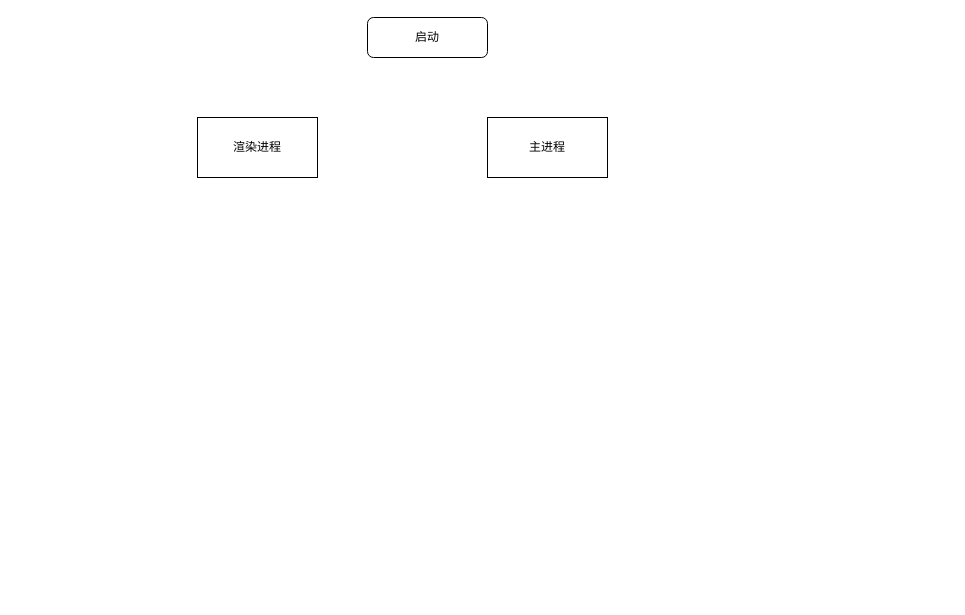
The draw.io diagram session.drawio in oppo-80343438/flowChart, before the edit. Source tidied: cells renumbered, new cells numbered last; positions are measured from the earlier drawing's top-left corner, leaving out a move shared by most shapes. Both pictures are drawn from the tidied source at 100%, with x=0, y=0 at pixel (197, 17).
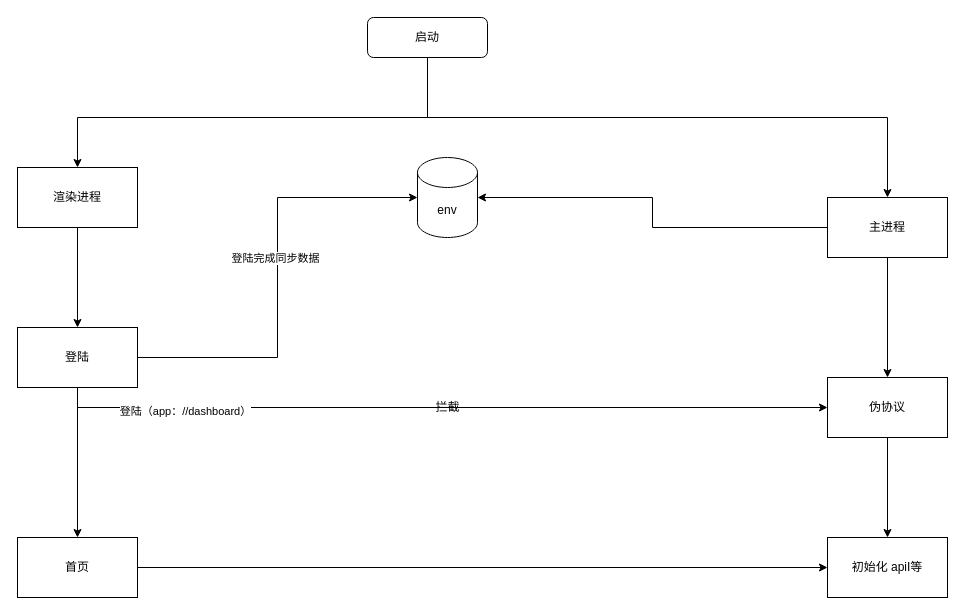
After the change.

The change refers to these unchanged cells:
```xml
<mxCell id="2" value="启动" style="rounded=1;whiteSpace=wrap;html=1;" parent="1" vertex="1">
  <mxGeometry x="170" width="120" height="40" as="geometry" />
</mxCell>
```

Diff of the diagram source:
```diff
@@
+    <mxCell id="5" style="edgeStyle=orthogonalEdgeStyle;rounded=0;jettySize=auto;html=1;entryX=0.5;entryY=0;entryDx=0;entryDy=0;" parent="1" edge="1" source="2" target="3">
+      <mxGeometry relative="1" as="geometry">
+        <Array as="points">
+          <mxPoint x="230" y="100" />
+        </Array>
+      </mxGeometry>
+    </mxCell>
+    <mxCell id="6" style="edgeStyle=orthogonalEdgeStyle;rounded=0;jettySize=auto;html=1;entryX=0.5;entryY=0;entryDx=0;entryDy=0;" parent="1" edge="1" source="2" target="4">
+      <mxGeometry relative="1" as="geometry">
+        <Array as="points">
+          <mxPoint x="230" y="100" />
+          <mxPoint x="690" y="100" />
+        </Array>
+      </mxGeometry>
+    </mxCell>
@@
+    <mxCell id="7" style="edgeStyle=orthogonalEdgeStyle;rounded=0;jettySize=auto;html=1;entryX=0.5;entryY=0;entryDx=0;entryDy=0;" parent="1" edge="1" source="3" target="15">
+      <mxGeometry relative="1" as="geometry" />
+    </mxCell>
     <mxCell id="3" value="渲染进程" style="rounded=0;whiteSpace=wrap;html=1;" parent="1" vertex="1">
-      <mxGeometry y="100" width="120" height="60" as="geometry" />
+      <mxGeometry x="-180" y="150" width="120" height="60" as="geometry" />
     </mxCell>
+    <mxCell id="8" style="edgeStyle=orthogonalEdgeStyle;rounded=0;jettySize=auto;html=1;entryX=1;entryY=0.5;entryDx=0;entryDy=0;entryPerimeter=0;" parent="1" edge="1" source="4" target="18">
+      <mxGeometry relative="1" as="geometry" />
+    </mxCell>
+    <mxCell id="9" style="edgeStyle=orthogonalEdgeStyle;rounded=0;jettySize=auto;html=1;" parent="1" edge="1" source="4" target="17">
+      <mxGeometry relative="1" as="geometry" />
+    </mxCell>
     <mxCell id="4" value="主进程" style="rounded=0;whiteSpace=wrap;html=1;" parent="1" vertex="1">
-      <mxGeometry x="290" y="100" width="120" height="60" as="geometry" />
+      <mxGeometry x="630" y="180" width="120" height="60" as="geometry" />
     </mxCell>
+    <mxCell id="10" style="edgeStyle=orthogonalEdgeStyle;rounded=0;jettySize=auto;html=1;exitX=0.5;exitY=1;exitDx=0;exitDy=0;" parent="1" edge="1" source="15" target="17">
+      <mxGeometry relative="1" as="geometry" />
+    </mxCell>
+    <mxCell id="11" value="登陆（app：//dashboard）" style="edgeLabel;html=1;align=center;verticalAlign=middle;" parent="10" vertex="1">
+      <mxGeometry x="-0.67" y="-3" relative="1" as="geometry" />
+    </mxCell>
+    <mxCell id="12" style="edgeStyle=orthogonalEdgeStyle;rounded=0;jettySize=auto;html=1;entryX=0;entryY=0.5;entryDx=0;entryDy=0;entryPerimeter=0;" parent="1" edge="1" source="15" target="18">
+      <mxGeometry relative="1" as="geometry" />
+    </mxCell>
+    <mxCell id="13" value="登陆完成同步数据" style="edgeLabel;html=1;align=center;verticalAlign=middle;" parent="12" vertex="1">
+      <mxGeometry x="0.09" y="3" relative="1" as="geometry" />
+    </mxCell>
+    <mxCell id="14" style="edgeStyle=orthogonalEdgeStyle;rounded=0;jettySize=auto;html=1;entryX=0.5;entryY=0;entryDx=0;entryDy=0;" parent="1" edge="1" source="15" target="21">
+      <mxGeometry relative="1" as="geometry" />
+    </mxCell>
+    <mxCell id="15" value="登陆" style="rounded=0;whiteSpace=wrap;html=1;" parent="1" vertex="1">
+      <mxGeometry x="-180" y="310" width="120" height="60" as="geometry" />
+    </mxCell>
+    <mxCell id="16" style="edgeStyle=orthogonalEdgeStyle;rounded=0;jettySize=auto;html=1;entryX=0.5;entryY=0;entryDx=0;entryDy=0;" parent="1" edge="1" source="17" target="19">
+      <mxGeometry relative="1" as="geometry" />
+    </mxCell>
+    <mxCell id="17" value="伪协议" style="rounded=0;whiteSpace=wrap;html=1;" parent="1" vertex="1">
+      <mxGeometry x="630" y="360" width="120" height="60" as="geometry" />
+    </mxCell>
+    <mxCell id="18" value="env" style="shape=cylinder3;whiteSpace=wrap;html=1;boundedLbl=1;backgroundOutline=1;size=15;" parent="1" vertex="1">
+      <mxGeometry x="220" y="140" width="60" height="80" as="geometry" />
+    </mxCell>
+    <mxCell id="19" value="初始化 apiI等" style="rounded=0;whiteSpace=wrap;html=1;" parent="1" vertex="1">
+      <mxGeometry x="630" y="520" width="120" height="60" as="geometry" />
+    </mxCell>
+    <mxCell id="20" style="edgeStyle=orthogonalEdgeStyle;rounded=0;jettySize=auto;html=1;entryX=0;entryY=0.5;entryDx=0;entryDy=0;" parent="1" edge="1" source="21" target="19">
+      <mxGeometry relative="1" as="geometry">
+        <Array as="points">
+          <mxPoint x="630" y="550" />
+          <mxPoint x="630" y="550" />
+        </Array>
+      </mxGeometry>
+    </mxCell>
+    <mxCell id="21" value="首页" style="rounded=0;whiteSpace=wrap;html=1;" parent="1" vertex="1">
+      <mxGeometry x="-180" y="520" width="120" height="60" as="geometry" />
+    </mxCell>
+    <mxCell id="22" value="拦截" style="text;html=1;align=center;verticalAlign=middle;strokeColor=none;" parent="1" vertex="1">
+      <mxGeometry x="230" y="380" width="40" height="20" as="geometry" />
+    </mxCell>
```
